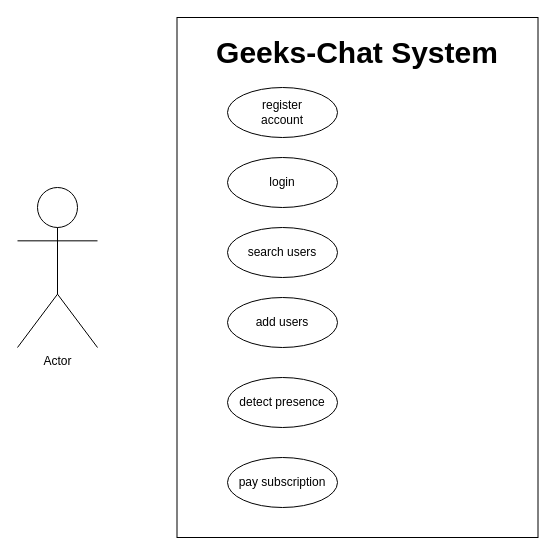
Above: usecase.drawio in bheki97/geeks_chat_application (draw.io), before the change. Source tidied: cells renumbered, new cells numbered last; positions are measured from the earlier drawing's top-left corner, leaving out a move shared by most shapes. Both pictures are drawn from the tidied source at 100%, with x=0, y=0 at pixel (17, 17).
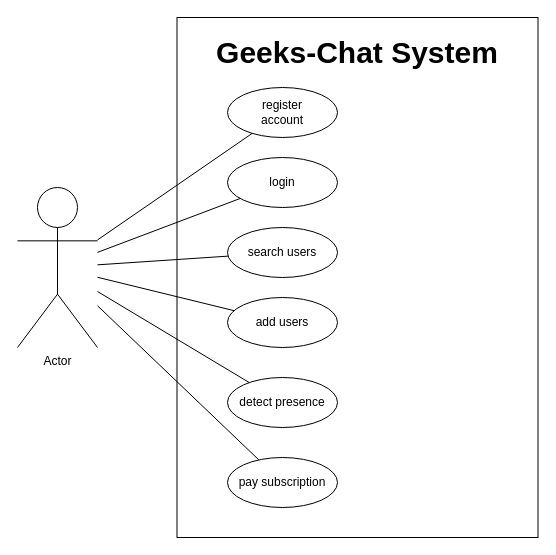
After the change.

The edit, as a diff of the source:
```diff
@@
 <mxGraphModel>
   <root>
     <mxCell id="0" />
     <mxCell id="1" parent="0" />
     <mxCell id="2" value="Actor" style="shape=umlActor;verticalLabelPosition=bottom;verticalAlign=top;html=1;" parent="1" vertex="1">
       <mxGeometry y="170" width="80" height="160" as="geometry" />
     </mxCell>
     <mxCell id="3" style="rounded=0;whiteSpace=wrap;html=1;" parent="1" vertex="1">
       <mxGeometry x="159.5" width="361" height="520" as="geometry" />
     </mxCell>
     <mxCell id="4" value="Geeks-Chat System" style="text;html=1;strokeColor=none;fillColor=none;align=center;verticalAlign=middle;whiteSpace=wrap;rounded=0;fontStyle=1;fontSize=30;" parent="1" vertex="1">
       <mxGeometry x="190" y="20" width="300" height="30" as="geometry" />
     </mxCell>
     <mxCell id="5" style="ellipse;whiteSpace=wrap;html=1;" parent="1" vertex="1">
       <mxGeometry x="210" y="70" width="110" height="50" as="geometry" />
     </mxCell>
     <mxCell id="6" value="register account" style="text;html=1;strokeColor=none;fillColor=none;align=center;verticalAlign=middle;whiteSpace=wrap;rounded=0;" parent="1" vertex="1">
       <mxGeometry x="235" y="80" width="60" height="30" as="geometry" />
     </mxCell>
     <mxCell id="7" value="login" style="ellipse;whiteSpace=wrap;html=1;" parent="1" vertex="1">
       <mxGeometry x="210" y="140" width="110" height="50" as="geometry" />
     </mxCell>
     <mxCell id="8" value="search users" style="ellipse;whiteSpace=wrap;html=1;" parent="1" vertex="1">
       <mxGeometry x="210" y="210" width="110" height="50" as="geometry" />
     </mxCell>
     <mxCell id="9" value="add users" style="ellipse;whiteSpace=wrap;html=1;" parent="1" vertex="1">
       <mxGeometry x="210" y="280" width="110" height="50" as="geometry" />
     </mxCell>
     <mxCell id="10" value="detect presence" style="ellipse;whiteSpace=wrap;html=1;" parent="1" vertex="1">
       <mxGeometry x="210" y="360" width="110" height="50" as="geometry" />
     </mxCell>
     <mxCell id="11" value="pay subscription" style="ellipse;whiteSpace=wrap;html=1;" parent="1" vertex="1">
       <mxGeometry x="210" y="440" width="110" height="50" as="geometry" />
     </mxCell>
+    <mxCell id="12" style="endArrow=none;html=1;rounded=0;" parent="1" edge="1" source="2" target="5">
+      <mxGeometry relative="1" as="geometry" />
+    </mxCell>
+    <mxCell id="13" style="endArrow=none;html=1;rounded=0;" parent="1" edge="1" source="2" target="7">
+      <mxGeometry relative="1" as="geometry" />
+    </mxCell>
+    <mxCell id="14" style="endArrow=none;html=1;rounded=0;" parent="1" edge="1" source="2" target="8">
+      <mxGeometry relative="1" as="geometry" />
+    </mxCell>
+    <mxCell id="15" style="endArrow=none;html=1;rounded=0;" parent="1" edge="1" source="2" target="9">
+      <mxGeometry relative="1" as="geometry" />
+    </mxCell>
+    <mxCell id="16" style="endArrow=none;html=1;rounded=0;" parent="1" edge="1" source="2" target="10">
+      <mxGeometry relative="1" as="geometry" />
+    </mxCell>
+    <mxCell id="17" style="endArrow=none;html=1;rounded=0;" parent="1" edge="1" source="2" target="11">
+      <mxGeometry relative="1" as="geometry" />
+    </mxCell>
   </root>
 </mxGraphModel>
```
